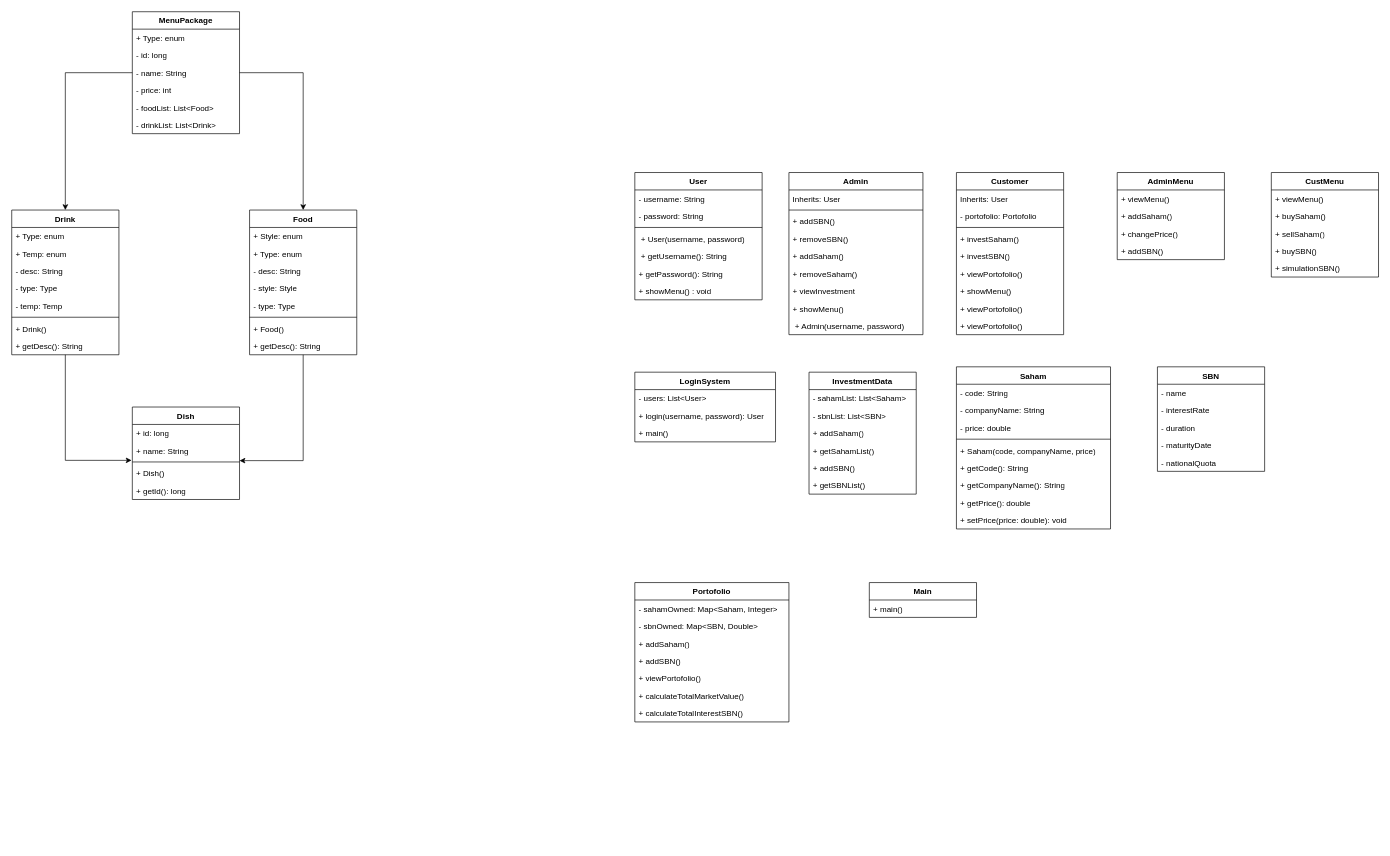
Above: page "ERD" (1 of 2) of PBO_UMLInvestasiSaham.drawio in elikawicaksana/BuildIT_BasisData (draw.io), before the change. Source tidied: cells renumbered, new cells numbered last; positions are measured from the earlier drawing's top-left corner, leaving out a move shared by most shapes. Both pictures are drawn from the tidied source at 67%, with x=0, y=0 at pixel (11, 11).
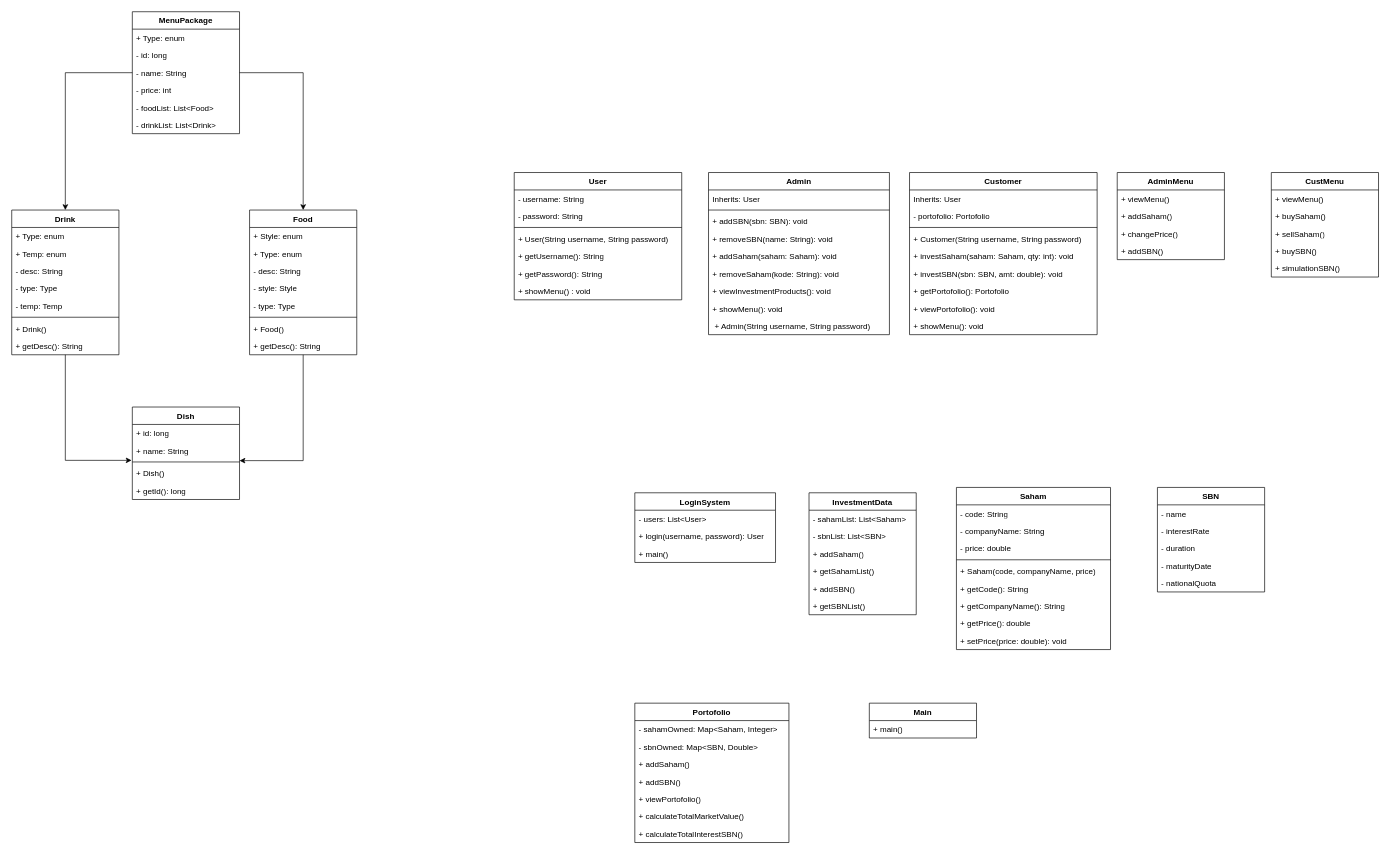
The same page after the edit.

Change to the diagram source:
```diff
@@
     <mxCell id="37" value="User" style="swimlane;fontStyle=1;align=center;verticalAlign=top;horizontal=1;startSize=26;whiteSpace=wrap;html=1;" parent="1" vertex="1">
-      <mxGeometry x="930" y="240" width="190" height="190" as="geometry" />
+      <mxGeometry x="750" y="240" width="250" height="190" as="geometry" />
     </mxCell>
     <mxCell id="38" value="- username: String" style="text;strokeColor=none;fillColor=none;align=left;verticalAlign=top;spacingLeft=4;spacingRight=4;overflow=hidden;whiteSpace=wrap;html=1;" parent="37" vertex="1">
-      <mxGeometry y="26" width="190" height="26" as="geometry" />
+      <mxGeometry y="26" width="250" height="26" as="geometry" />
     </mxCell>
     <mxCell id="39" value="- password: String" style="text;strokeColor=none;fillColor=none;align=left;verticalAlign=top;spacingLeft=4;spacingRight=4;overflow=hidden;whiteSpace=wrap;html=1;" parent="37" vertex="1">
-      <mxGeometry y="52" width="190" height="26" as="geometry" />
+      <mxGeometry y="52" width="250" height="26" as="geometry" />
     </mxCell>
     <mxCell id="40" style="line;strokeWidth=1;fillColor=none;align=left;verticalAlign=middle;spacingTop=-1;spacingLeft=3;spacingRight=3;labelPosition=right;strokeColor=inherit;" parent="37" vertex="1">
-      <mxGeometry y="78" width="190" height="8" as="geometry" />
+      <mxGeometry y="78" width="250" height="8" as="geometry" />
     </mxCell>
-    <mxCell id="41" value="&lt;div&gt;&amp;nbsp;+&amp;nbsp;User(username, password)&lt;/div&gt;" style="text;strokeColor=none;fillColor=none;align=left;verticalAlign=top;spacingLeft=4;spacingRight=4;overflow=hidden;whiteSpace=wrap;html=1;" parent="37" vertex="1">
-      <mxGeometry y="86" width="190" height="26" as="geometry" />
+    <mxCell id="41" value="&lt;div&gt;+&amp;nbsp;User(&lt;span style=&quot;background-color: transparent; color: light-dark(rgb(0, 0, 0), rgb(255, 255, 255));&quot;&gt;String username, String&amp;nbsp;password&lt;/span&gt;&lt;span style=&quot;background-color: transparent; color: light-dark(rgb(0, 0, 0), rgb(255, 255, 255));&quot;&gt;)&lt;/span&gt;&lt;/div&gt;" style="text;strokeColor=none;fillColor=none;align=left;verticalAlign=top;spacingLeft=4;spacingRight=4;overflow=hidden;whiteSpace=wrap;html=1;" parent="37" vertex="1">
+      <mxGeometry y="86" width="250" height="26" as="geometry" />
     </mxCell>
-    <mxCell id="42" value="&amp;nbsp;+ getUsername(): String" style="text;strokeColor=none;fillColor=none;align=left;verticalAlign=top;spacingLeft=4;spacingRight=4;overflow=hidden;whiteSpace=wrap;html=1;" parent="37" vertex="1">
-      <mxGeometry y="112" width="190" height="26" as="geometry" />
+    <mxCell id="42" value="+ getUsername(): String" style="text;strokeColor=none;fillColor=none;align=left;verticalAlign=top;spacingLeft=4;spacingRight=4;overflow=hidden;whiteSpace=wrap;html=1;" parent="37" vertex="1">
+      <mxGeometry y="112" width="250" height="26" as="geometry" />
     </mxCell>
     <mxCell id="43" value="+ getPassword(): String" style="text;strokeColor=none;fillColor=none;align=left;verticalAlign=top;spacingLeft=4;spacingRight=4;overflow=hidden;whiteSpace=wrap;html=1;" parent="37" vertex="1">
-      <mxGeometry y="138" width="190" height="26" as="geometry" />
+      <mxGeometry y="138" width="250" height="26" as="geometry" />
     </mxCell>
     <mxCell id="44" value="&lt;div&gt;&lt;span style=&quot;background-color: transparent; color: light-dark(rgb(0, 0, 0), rgb(255, 255, 255));&quot;&gt;+ showMenu() : void&lt;/span&gt;&lt;/div&gt;" style="text;strokeColor=none;fillColor=none;align=left;verticalAlign=top;spacingLeft=4;spacingRight=4;overflow=hidden;whiteSpace=wrap;html=1;" parent="37" vertex="1">
-      <mxGeometry y="164" width="190" height="26" as="geometry" />
+      <mxGeometry y="164" width="250" height="26" as="geometry" />
     </mxCell>
     <mxCell id="45" value="Admin" style="swimlane;fontStyle=1;align=center;verticalAlign=top;horizontal=1;startSize=26;whiteSpace=wrap;html=1;" parent="1" vertex="1">
-      <mxGeometry x="1160" y="240" width="200" height="242" as="geometry" />
+      <mxGeometry x="1040" y="240" width="270" height="242" as="geometry" />
     </mxCell>
     <mxCell id="46" value="Inherits: User" style="text;strokeColor=none;fillColor=none;align=left;verticalAlign=top;spacingLeft=4;spacingRight=4;overflow=hidden;whiteSpace=wrap;html=1;" parent="45" vertex="1">
-      <mxGeometry y="26" width="200" height="26" as="geometry" />
+      <mxGeometry y="26" width="270" height="26" as="geometry" />
     </mxCell>
     <mxCell id="47" style="line;strokeWidth=1;fillColor=none;align=left;verticalAlign=middle;spacingTop=-1;spacingLeft=3;spacingRight=3;labelPosition=right;strokeColor=inherit;" parent="45" vertex="1">
-      <mxGeometry y="52" width="200" height="8" as="geometry" />
+      <mxGeometry y="52" width="270" height="8" as="geometry" />
     </mxCell>
-    <mxCell id="48" value="+ addSBN()" style="text;strokeColor=none;fillColor=none;align=left;verticalAlign=top;spacingLeft=4;spacingRight=4;overflow=hidden;whiteSpace=wrap;html=1;" parent="45" vertex="1">
-      <mxGeometry y="60" width="200" height="26" as="geometry" />
+    <mxCell id="48" value="+ addSBN(sbn: SBN): void" style="text;strokeColor=none;fillColor=none;align=left;verticalAlign=top;spacingLeft=4;spacingRight=4;overflow=hidden;whiteSpace=wrap;html=1;" parent="45" vertex="1">
+      <mxGeometry y="60" width="270" height="26" as="geometry" />
     </mxCell>
-    <mxCell id="49" value="+ removeSBN()" style="text;strokeColor=none;fillColor=none;align=left;verticalAlign=top;spacingLeft=4;spacingRight=4;overflow=hidden;whiteSpace=wrap;html=1;" parent="45" vertex="1">
-      <mxGeometry y="86" width="200" height="26" as="geometry" />
+    <mxCell id="49" value="+ removeSBN(name: String): void" style="text;strokeColor=none;fillColor=none;align=left;verticalAlign=top;spacingLeft=4;spacingRight=4;overflow=hidden;whiteSpace=wrap;html=1;" parent="45" vertex="1">
+      <mxGeometry y="86" width="270" height="26" as="geometry" />
     </mxCell>
-    <mxCell id="50" value="+ addSaham()" style="text;strokeColor=none;fillColor=none;align=left;verticalAlign=top;spacingLeft=4;spacingRight=4;overflow=hidden;whiteSpace=wrap;html=1;" parent="45" vertex="1">
-      <mxGeometry y="112" width="200" height="26" as="geometry" />
+    <mxCell id="50" value="+ addSaham(saham: Saham): void" style="text;strokeColor=none;fillColor=none;align=left;verticalAlign=top;spacingLeft=4;spacingRight=4;overflow=hidden;whiteSpace=wrap;html=1;" parent="45" vertex="1">
+      <mxGeometry y="112" width="270" height="26" as="geometry" />
     </mxCell>
-    <mxCell id="51" value="+ removeSaham()&amp;nbsp;" style="text;strokeColor=none;fillColor=none;align=left;verticalAlign=top;spacingLeft=4;spacingRight=4;overflow=hidden;whiteSpace=wrap;html=1;" parent="45" vertex="1">
-      <mxGeometry y="138" width="200" height="26" as="geometry" />
+    <mxCell id="51" value="+ removeSaham(kode: String): void" style="text;strokeColor=none;fillColor=none;align=left;verticalAlign=top;spacingLeft=4;spacingRight=4;overflow=hidden;whiteSpace=wrap;html=1;" parent="45" vertex="1">
+      <mxGeometry y="138" width="270" height="26" as="geometry" />
     </mxCell>
-    <mxCell id="52" value="+ viewInvestment" style="text;strokeColor=none;fillColor=none;align=left;verticalAlign=top;spacingLeft=4;spacingRight=4;overflow=hidden;whiteSpace=wrap;html=1;" parent="45" vertex="1">
-      <mxGeometry y="164" width="200" height="26" as="geometry" />
+    <mxCell id="52" value="+ viewInvestmentProducts(): void" style="text;strokeColor=none;fillColor=none;align=left;verticalAlign=top;spacingLeft=4;spacingRight=4;overflow=hidden;whiteSpace=wrap;html=1;" parent="45" vertex="1">
+      <mxGeometry y="164" width="270" height="26" as="geometry" />
     </mxCell>
-    <mxCell id="53" value="+ showMenu()" style="text;strokeColor=none;fillColor=none;align=left;verticalAlign=top;spacingLeft=4;spacingRight=4;overflow=hidden;whiteSpace=wrap;html=1;" parent="45" vertex="1">
-      <mxGeometry y="190" width="200" height="26" as="geometry" />
+    <mxCell id="53" value="+ showMenu(): void" style="text;strokeColor=none;fillColor=none;align=left;verticalAlign=top;spacingLeft=4;spacingRight=4;overflow=hidden;whiteSpace=wrap;html=1;" parent="45" vertex="1">
+      <mxGeometry y="190" width="270" height="26" as="geometry" />
     </mxCell>
-    <mxCell id="54" value="&amp;nbsp;+ Admin(username, password)&amp;nbsp;" style="text;strokeColor=none;fillColor=none;align=left;verticalAlign=top;spacingLeft=4;spacingRight=4;overflow=hidden;whiteSpace=wrap;html=1;" parent="45" vertex="1">
-      <mxGeometry y="216" width="200" height="26" as="geometry" />
+    <mxCell id="54" value="&amp;nbsp;+ Admin(String username, String&amp;nbsp;password)&amp;nbsp;" style="text;strokeColor=none;fillColor=none;align=left;verticalAlign=top;spacingLeft=4;spacingRight=4;overflow=hidden;whiteSpace=wrap;html=1;" parent="45" vertex="1">
+      <mxGeometry y="216" width="270" height="26" as="geometry" />
     </mxCell>
     <mxCell id="55" value="LoginSystem" style="swimlane;fontStyle=1;align=center;verticalAlign=top;horizontal=1;startSize=26;whiteSpace=wrap;html=1;" parent="1" vertex="1">
-      <mxGeometry x="930" y="538" width="210" height="104" as="geometry" />
+      <mxGeometry x="930" y="718" width="210" height="104" as="geometry" />
     </mxCell>
@@
     <mxCell id="59" value="InvestmentData" style="swimlane;fontStyle=1;align=center;verticalAlign=top;horizontal=1;startSize=26;whiteSpace=wrap;html=1;" parent="1" vertex="1">
-      <mxGeometry x="1190" y="538" width="160" height="182" as="geometry" />
+      <mxGeometry x="1190" y="718" width="160" height="182" as="geometry" />
     </mxCell>
@@
     <mxCell id="66" value="Portofolio" style="swimlane;fontStyle=1;align=center;verticalAlign=top;horizontal=1;startSize=26;whiteSpace=wrap;html=1;" parent="1" vertex="1">
-      <mxGeometry x="930" y="852" width="230" height="208" as="geometry" />
+      <mxGeometry x="930" y="1032" width="230" height="208" as="geometry" />
     </mxCell>
@@
     <mxCell id="74" value="Main" style="swimlane;fontStyle=1;align=center;verticalAlign=top;horizontal=1;startSize=26;whiteSpace=wrap;html=1;" parent="1" vertex="1">
-      <mxGeometry x="1280" y="852" width="160" height="52" as="geometry" />
+      <mxGeometry x="1280" y="1032" width="160" height="52" as="geometry" />
     </mxCell>
@@
     <mxCell id="76" value="Customer" style="swimlane;fontStyle=1;align=center;verticalAlign=top;horizontal=1;startSize=26;whiteSpace=wrap;html=1;" parent="1" vertex="1">
-      <mxGeometry x="1410" y="240" width="160" height="242" as="geometry" />
+      <mxGeometry x="1340" y="240" width="280" height="242" as="geometry" />
     </mxCell>
     <mxCell id="77" value="Inherits: User" style="text;strokeColor=none;fillColor=none;align=left;verticalAlign=top;spacingLeft=4;spacingRight=4;overflow=hidden;whiteSpace=wrap;html=1;" parent="76" vertex="1">
-      <mxGeometry y="26" width="160" height="26" as="geometry" />
+      <mxGeometry y="26" width="280" height="26" as="geometry" />
     </mxCell>
     <mxCell id="78" value="- portofolio: Portofolio" style="text;strokeColor=none;fillColor=none;align=left;verticalAlign=top;spacingLeft=4;spacingRight=4;overflow=hidden;whiteSpace=wrap;html=1;" parent="76" vertex="1">
-      <mxGeometry y="52" width="160" height="26" as="geometry" />
+      <mxGeometry y="52" width="280" height="26" as="geometry" />
     </mxCell>
     <mxCell id="79" style="line;strokeWidth=1;fillColor=none;align=left;verticalAlign=middle;spacingTop=-1;spacingLeft=3;spacingRight=3;labelPosition=right;strokeColor=inherit;" parent="76" vertex="1">
-      <mxGeometry y="78" width="160" height="8" as="geometry" />
+      <mxGeometry y="78" width="280" height="8" as="geometry" />
     </mxCell>
-    <mxCell id="80" value="+ investSaham()" style="text;strokeColor=none;fillColor=none;align=left;verticalAlign=top;spacingLeft=4;spacingRight=4;overflow=hidden;whiteSpace=wrap;html=1;" parent="76" vertex="1">
-      <mxGeometry y="86" width="160" height="26" as="geometry" />
+    <mxCell id="80" value="+ Customer(String username, String password)" style="text;strokeColor=none;fillColor=none;align=left;verticalAlign=top;spacingLeft=4;spacingRight=4;overflow=hidden;whiteSpace=wrap;html=1;" parent="76" vertex="1">
+      <mxGeometry y="86" width="280" height="26" as="geometry" />
     </mxCell>
-    <mxCell id="81" value="+ investSBN()" style="text;strokeColor=none;fillColor=none;align=left;verticalAlign=top;spacingLeft=4;spacingRight=4;overflow=hidden;whiteSpace=wrap;html=1;" parent="76" vertex="1">
-      <mxGeometry y="112" width="160" height="26" as="geometry" />
+    <mxCell id="81" value="+ investSaham(saham: Saham, qty: int): void" style="text;strokeColor=none;fillColor=none;align=left;verticalAlign=top;spacingLeft=4;spacingRight=4;overflow=hidden;whiteSpace=wrap;html=1;" parent="76" vertex="1">
+      <mxGeometry y="112" width="280" height="26" as="geometry" />
     </mxCell>
-    <mxCell id="82" value="+ viewPortofolio()" style="text;strokeColor=none;fillColor=none;align=left;verticalAlign=top;spacingLeft=4;spacingRight=4;overflow=hidden;whiteSpace=wrap;html=1;" parent="76" vertex="1">
-      <mxGeometry y="138" width="160" height="26" as="geometry" />
+    <mxCell id="82" value="+ investSBN(sbn: SBN, amt: double): void" style="text;strokeColor=none;fillColor=none;align=left;verticalAlign=top;spacingLeft=4;spacingRight=4;overflow=hidden;whiteSpace=wrap;html=1;" parent="76" vertex="1">
+      <mxGeometry y="138" width="280" height="26" as="geometry" />
     </mxCell>
-    <mxCell id="83" value="+ showMenu()" style="text;strokeColor=none;fillColor=none;align=left;verticalAlign=top;spacingLeft=4;spacingRight=4;overflow=hidden;whiteSpace=wrap;html=1;" parent="76" vertex="1">
-      <mxGeometry y="164" width="160" height="26" as="geometry" />
+    <mxCell id="83" value="+ getPortofolio(): Portofolio" style="text;strokeColor=none;fillColor=none;align=left;verticalAlign=top;spacingLeft=4;spacingRight=4;overflow=hidden;whiteSpace=wrap;html=1;" parent="76" vertex="1">
+      <mxGeometry y="164" width="280" height="26" as="geometry" />
     </mxCell>
-    <mxCell id="84" value="+ viewPortofolio()" style="text;strokeColor=none;fillColor=none;align=left;verticalAlign=top;spacingLeft=4;spacingRight=4;overflow=hidden;whiteSpace=wrap;html=1;" parent="76" vertex="1">
-      <mxGeometry y="190" width="160" height="26" as="geometry" />
+    <mxCell id="84" value="+ viewPortofolio(): void" style="text;strokeColor=none;fillColor=none;align=left;verticalAlign=top;spacingLeft=4;spacingRight=4;overflow=hidden;whiteSpace=wrap;html=1;" parent="76" vertex="1">
+      <mxGeometry y="190" width="280" height="26" as="geometry" />
     </mxCell>
-    <mxCell id="85" value="+ viewPortofolio()" style="text;strokeColor=none;fillColor=none;align=left;verticalAlign=top;spacingLeft=4;spacingRight=4;overflow=hidden;whiteSpace=wrap;html=1;" parent="76" vertex="1">
-      <mxGeometry y="216" width="160" height="26" as="geometry" />
+    <mxCell id="85" value="+ showMenu(): void" style="text;strokeColor=none;fillColor=none;align=left;verticalAlign=top;spacingLeft=4;spacingRight=4;overflow=hidden;whiteSpace=wrap;html=1;" parent="76" vertex="1">
+      <mxGeometry y="216" width="280" height="26" as="geometry" />
     </mxCell>
     <mxCell id="86" value="Saham" style="swimlane;fontStyle=1;align=center;verticalAlign=top;horizontal=1;startSize=26;whiteSpace=wrap;html=1;" parent="1" vertex="1">
-      <mxGeometry x="1410" y="530" width="230" height="242" as="geometry" />
+      <mxGeometry x="1410" y="710" width="230" height="242" as="geometry" />
     </mxCell>
@@
     <mxCell id="101" value="SBN" style="swimlane;fontStyle=1;align=center;verticalAlign=top;horizontal=1;startSize=26;whiteSpace=wrap;html=1;" parent="1" vertex="1">
-      <mxGeometry x="1710" y="530" width="160" height="156" as="geometry" />
+      <mxGeometry x="1710" y="710" width="160" height="156" as="geometry" />
     </mxCell>
```
